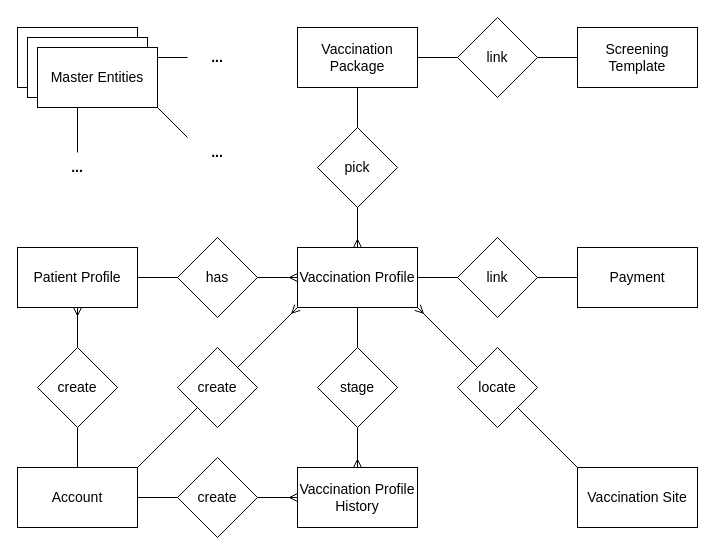
Earlier version of the draw.io diagram page "ERD" (4 of 5) of docs/design.drawio (censodev/vrms-server). Source tidied: cells renumbered, new cells numbered last; positions are measured from the earlier drawing's top-left corner, leaving out a move shared by most shapes. Both pictures are drawn from the tidied source at 100%, with x=0, y=0 at pixel (17, 17).
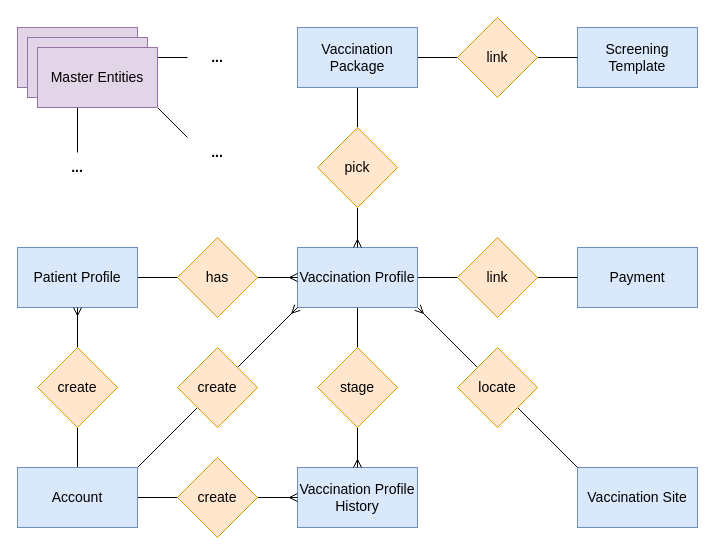
Above is the later version.

The edit, as a diff of the source:
```diff
@@
-    <mxCell id="5" style="rounded=0;whiteSpace=wrap;html=1;fontSize=14;" parent="1" vertex="1">
+    <mxCell id="5" style="rounded=0;whiteSpace=wrap;html=1;fontSize=14;fillColor=#e1d5e7;strokeColor=#9673a6;" parent="1" vertex="1">
       <mxGeometry y="10" width="120" height="60" as="geometry" />
     </mxCell>
-    <mxCell id="6" style="rounded=0;whiteSpace=wrap;html=1;fontSize=14;" parent="1" vertex="1">
+    <mxCell id="6" style="rounded=0;whiteSpace=wrap;html=1;fontSize=14;fillColor=#e1d5e7;strokeColor=#9673a6;" parent="1" vertex="1">
       <mxGeometry x="10" y="20" width="120" height="60" as="geometry" />
     </mxCell>
@@
-    <mxCell id="10" value="Account" style="rounded=0;whiteSpace=wrap;html=1;fontSize=14;direction=east;" parent="1" vertex="1">
+    <mxCell id="10" value="Account" style="rounded=0;whiteSpace=wrap;html=1;fontSize=14;direction=east;fillColor=#dae8fc;strokeColor=#6c8ebf;" parent="1" vertex="1">
       <mxGeometry y="450" width="120" height="60" as="geometry" />
     </mxCell>
@@
-    <mxCell id="12" value="Patient Profile" style="rounded=0;whiteSpace=wrap;html=1;fontSize=14;direction=east;" parent="1" vertex="1">
+    <mxCell id="12" value="Patient Profile" style="rounded=0;whiteSpace=wrap;html=1;fontSize=14;direction=east;fillColor=#dae8fc;strokeColor=#6c8ebf;" parent="1" vertex="1">
       <mxGeometry y="230" width="120" height="60" as="geometry" />
     </mxCell>
@@
-    <mxCell id="16" value="Vaccination Profile" style="rounded=0;whiteSpace=wrap;html=1;fontSize=14;direction=east;" parent="1" vertex="1">
+    <mxCell id="16" value="Vaccination Profile" style="rounded=0;whiteSpace=wrap;html=1;fontSize=14;direction=east;fillColor=#dae8fc;strokeColor=#6c8ebf;" parent="1" vertex="1">
       <mxGeometry x="280" y="230" width="120" height="60" as="geometry" />
     </mxCell>
@@
-    <mxCell id="19" value="Vaccination Package" style="rounded=0;whiteSpace=wrap;html=1;fontSize=14;direction=east;" parent="1" vertex="1">
+    <mxCell id="19" value="Vaccination Package" style="rounded=0;whiteSpace=wrap;html=1;fontSize=14;direction=east;fillColor=#dae8fc;strokeColor=#6c8ebf;" parent="1" vertex="1">
       <mxGeometry x="280" y="10" width="120" height="60" as="geometry" />
     </mxCell>
-    <mxCell id="20" value="Screening Template" style="rounded=0;whiteSpace=wrap;html=1;fontSize=14;direction=east;" parent="1" vertex="1">
+    <mxCell id="20" value="Screening Template" style="rounded=0;whiteSpace=wrap;html=1;fontSize=14;direction=east;fillColor=#dae8fc;strokeColor=#6c8ebf;" parent="1" vertex="1">
       <mxGeometry x="560" y="10" width="120" height="60" as="geometry" />
     </mxCell>
-    <mxCell id="21" value="Payment" style="rounded=0;whiteSpace=wrap;html=1;fontSize=14;direction=east;" parent="1" vertex="1">
+    <mxCell id="21" value="Payment" style="rounded=0;whiteSpace=wrap;html=1;fontSize=14;direction=east;fillColor=#dae8fc;strokeColor=#6c8ebf;" parent="1" vertex="1">
       <mxGeometry x="560" y="230" width="120" height="60" as="geometry" />
     </mxCell>
@@
-    <mxCell id="23" value="create" style="rhombus;whiteSpace=wrap;html=1;fontSize=14;direction=east;" parent="1" vertex="1">
+    <mxCell id="23" value="create" style="rhombus;whiteSpace=wrap;html=1;fontSize=14;direction=east;fillColor=#ffe6cc;strokeColor=#d79b00;" parent="1" vertex="1">
       <mxGeometry x="20" y="330" width="80" height="80" as="geometry" />
     </mxCell>
@@
-    <mxCell id="25" value="has" style="rhombus;whiteSpace=wrap;html=1;fontSize=14;direction=east;" parent="1" vertex="1">
+    <mxCell id="25" value="has" style="rhombus;whiteSpace=wrap;html=1;fontSize=14;direction=east;fillColor=#ffe6cc;strokeColor=#d79b00;" parent="1" vertex="1">
       <mxGeometry x="160" y="220" width="80" height="80" as="geometry" />
     </mxCell>
@@
-    <mxCell id="27" value="pick" style="rhombus;whiteSpace=wrap;html=1;fontSize=14;direction=east;" parent="1" vertex="1">
+    <mxCell id="27" value="pick" style="rhombus;whiteSpace=wrap;html=1;fontSize=14;direction=east;fillColor=#ffe6cc;strokeColor=#d79b00;" parent="1" vertex="1">
       <mxGeometry x="300" y="110" width="80" height="80" as="geometry" />
     </mxCell>
@@
-    <mxCell id="29" value="link" style="rhombus;whiteSpace=wrap;html=1;fontSize=14;direction=east;" parent="1" vertex="1">
+    <mxCell id="29" value="link" style="rhombus;whiteSpace=wrap;html=1;fontSize=14;direction=east;fillColor=#ffe6cc;strokeColor=#d79b00;" parent="1" vertex="1">
       <mxGeometry x="440" width="80" height="80" as="geometry" />
     </mxCell>
@@
-    <mxCell id="31" value="link" style="rhombus;whiteSpace=wrap;html=1;fontSize=14;direction=east;" parent="1" vertex="1">
+    <mxCell id="31" value="link" style="rhombus;whiteSpace=wrap;html=1;fontSize=14;direction=east;fillColor=#ffe6cc;strokeColor=#d79b00;" parent="1" vertex="1">
       <mxGeometry x="440" y="220" width="80" height="80" as="geometry" />
     </mxCell>
-    <mxCell id="32" value="Vaccination Site" style="rounded=0;whiteSpace=wrap;html=1;fontSize=14;direction=east;" parent="1" vertex="1">
+    <mxCell id="32" value="Vaccination Site" style="rounded=0;whiteSpace=wrap;html=1;fontSize=14;direction=east;fillColor=#dae8fc;strokeColor=#6c8ebf;" parent="1" vertex="1">
       <mxGeometry x="560" y="450" width="120" height="60" as="geometry" />
     </mxCell>
@@
-    <mxCell id="34" value="locate" style="rhombus;whiteSpace=wrap;html=1;fontSize=14;direction=east;" parent="1" vertex="1">
+    <mxCell id="34" value="locate" style="rhombus;whiteSpace=wrap;html=1;fontSize=14;direction=east;fillColor=#ffe6cc;strokeColor=#d79b00;" parent="1" vertex="1">
       <mxGeometry x="440" y="330" width="80" height="80" as="geometry" />
     </mxCell>
@@
-    <mxCell id="36" value="create" style="rhombus;whiteSpace=wrap;html=1;fontSize=14;direction=east;" parent="1" vertex="1">
+    <mxCell id="36" value="create" style="rhombus;whiteSpace=wrap;html=1;fontSize=14;direction=east;fillColor=#ffe6cc;strokeColor=#d79b00;" parent="1" vertex="1">
       <mxGeometry x="160" y="330" width="80" height="80" as="geometry" />
     </mxCell>
-    <mxCell id="37" value="Vaccination Profile History" style="rounded=0;whiteSpace=wrap;html=1;fontSize=14;direction=east;" parent="1" vertex="1">
+    <mxCell id="37" value="Vaccination Profile History" style="rounded=0;whiteSpace=wrap;html=1;fontSize=14;direction=east;fillColor=#dae8fc;strokeColor=#6c8ebf;" parent="1" vertex="1">
       <mxGeometry x="280" y="450" width="120" height="60" as="geometry" />
     </mxCell>
@@
-    <mxCell id="39" value="create" style="rhombus;whiteSpace=wrap;html=1;fontSize=14;direction=east;" parent="1" vertex="1">
+    <mxCell id="39" value="create" style="rhombus;whiteSpace=wrap;html=1;fontSize=14;direction=east;fillColor=#ffe6cc;strokeColor=#d79b00;" parent="1" vertex="1">
       <mxGeometry x="160" y="440" width="80" height="80" as="geometry" />
     </mxCell>
@@
-    <mxCell id="41" value="stage" style="rhombus;whiteSpace=wrap;html=1;fontSize=14;direction=east;" parent="1" vertex="1">
+    <mxCell id="41" value="stage" style="rhombus;whiteSpace=wrap;html=1;fontSize=14;direction=east;fillColor=#ffe6cc;strokeColor=#d79b00;" parent="1" vertex="1">
       <mxGeometry x="300" y="330" width="80" height="80" as="geometry" />
     </mxCell>
-    <mxCell id="42" value="Master Entities" style="rounded=0;whiteSpace=wrap;html=1;fontSize=14;" parent="1" vertex="1">
+    <mxCell id="42" value="Master Entities" style="rounded=0;whiteSpace=wrap;html=1;fontSize=14;fillColor=#e1d5e7;strokeColor=#9673a6;" parent="1" vertex="1">
       <mxGeometry x="20" y="30" width="120" height="60" as="geometry" />
     </mxCell>
```
